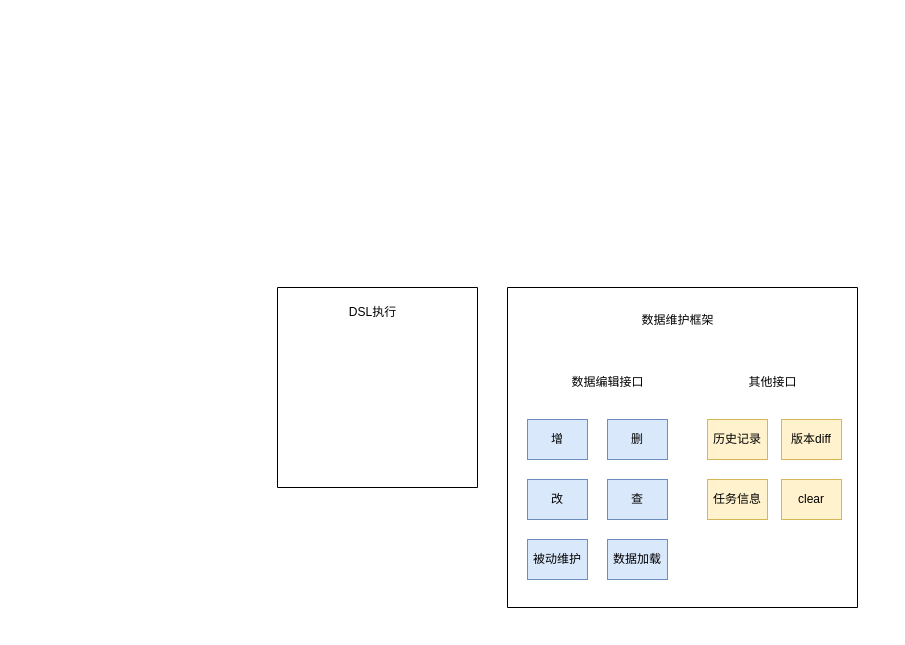
chaijinsong/draw.io keeps this draw.io diagram as kunyu-auto-server/前端自动化服务架构图.drawio. Above is the earlier version. Source tidied: cells renumbered, new cells numbered last; positions are measured from the earlier drawing's top-left corner, leaving out a move shared by most shapes. Both pictures are drawn from the tidied source at 100%, with x=0, y=0 at pixel (277, 287).
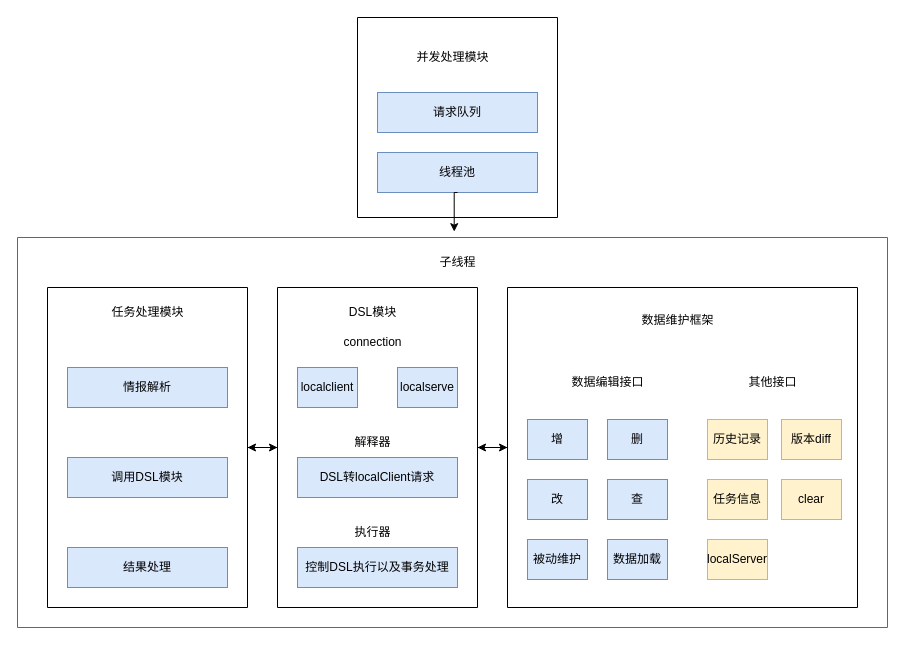
The same page after the edit.

Commit message (it also covers changes not shown here):
更新前端自动化服务架构图.drawio

The change refers to these unchanged cells:
```xml
<mxCell id="2" style="swimlane;startSize=0;" parent="1" vertex="1">
  <mxGeometry x="230" width="350" height="320" as="geometry" />
</mxCell>
```

What changed in the source:
```diff
@@
+    <mxCell id="18" style="swimlane;startSize=0;fillColor=#E6E6E6;strokeColor=#666666;fontColor=#333333;" parent="1" vertex="1">
+      <mxGeometry x="-260" y="-50" width="870" height="390" as="geometry" />
+    </mxCell>
+    <mxCell id="19" value="子线程" style="text;html=1;align=center;verticalAlign=middle;strokeColor=none;fillColor=none;" parent="18" vertex="1">
+      <mxGeometry x="410" y="10" width="60" height="30" as="geometry" />
+    </mxCell>
+    <mxCell id="20" style="edgeStyle=orthogonalEdgeStyle;rounded=0;jettySize=auto;html=1;exitX=0;exitY=0.5;exitDx=0;exitDy=0;entryX=1;entryY=0.5;entryDx=0;entryDy=0;" parent="1" edge="1" source="2" target="24">
+      <mxGeometry relative="1" as="geometry" />
+    </mxCell>
@@
-    <mxCell id="16" style="swimlane;startSize=0;" parent="1" vertex="1">
-      <mxGeometry width="200" height="200" as="geometry" />
-    </mxCell>
-    <mxCell id="17" value="DSL执行" style="text;html=1;align=center;verticalAlign=middle;strokeColor=none;fillColor=none;" parent="16" vertex="1">
-      <mxGeometry x="60" y="10" width="70" height="30" as="geometry" />
-    </mxCell>
+    <mxCell id="21" value="localServer" style="whiteSpace=wrap;html=1;fillColor=#fff2cc;strokeColor=#d6b656;" parent="2" vertex="1">
+      <mxGeometry x="200" y="252" width="60" height="40" as="geometry" />
+    </mxCell>
+    <mxCell id="22" style="edgeStyle=orthogonalEdgeStyle;rounded=0;jettySize=auto;html=1;exitX=1;exitY=0.5;exitDx=0;exitDy=0;entryX=0;entryY=0.5;entryDx=0;entryDy=0;" parent="1" edge="1" source="24" target="2">
+      <mxGeometry relative="1" as="geometry" />
+    </mxCell>
+    <mxCell id="23" style="edgeStyle=orthogonalEdgeStyle;rounded=0;jettySize=auto;html=1;entryX=1;entryY=0.5;entryDx=0;entryDy=0;" parent="1" edge="1" source="24" target="34">
+      <mxGeometry relative="1" as="geometry" />
+    </mxCell>
+    <mxCell id="24" style="swimlane;startSize=0;" parent="1" vertex="1">
+      <mxGeometry width="200" height="320" as="geometry" />
+    </mxCell>
+    <mxCell id="25" value="DSL模块" style="text;html=1;align=center;verticalAlign=middle;strokeColor=none;fillColor=none;" parent="24" vertex="1">
+      <mxGeometry x="60" y="10" width="70" height="30" as="geometry" />
+    </mxCell>
+    <mxCell id="26" value="localclient" style="whiteSpace=wrap;html=1;fillColor=#dae8fc;strokeColor=#6c8ebf;" parent="24" vertex="1">
+      <mxGeometry x="20" y="80" width="60" height="40" as="geometry" />
+    </mxCell>
+    <mxCell id="27" value="localserve" style="whiteSpace=wrap;html=1;fillColor=#dae8fc;strokeColor=#6c8ebf;" parent="24" vertex="1">
+      <mxGeometry x="120" y="80" width="60" height="40" as="geometry" />
+    </mxCell>
+    <mxCell id="28" value="connection" style="text;html=1;align=center;verticalAlign=middle;strokeColor=none;fillColor=none;" parent="24" vertex="1">
+      <mxGeometry x="55" y="40" width="80" height="30" as="geometry" />
+    </mxCell>
+    <mxCell id="29" value="解释器" style="text;html=1;align=center;verticalAlign=middle;strokeColor=none;fillColor=none;" parent="24" vertex="1">
+      <mxGeometry x="65" y="140" width="60" height="30" as="geometry" />
+    </mxCell>
+    <mxCell id="30" value="DSL转localClient请求" style="whiteSpace=wrap;html=1;fillColor=#dae8fc;strokeColor=#6c8ebf;" parent="24" vertex="1">
+      <mxGeometry x="20" y="170" width="160" height="40" as="geometry" />
+    </mxCell>
+    <mxCell id="31" value="执行器" style="text;html=1;align=center;verticalAlign=middle;strokeColor=none;fillColor=none;" parent="24" vertex="1">
+      <mxGeometry x="65" y="230" width="60" height="30" as="geometry" />
+    </mxCell>
+    <mxCell id="32" value="控制DSL执行以及事务处理" style="whiteSpace=wrap;html=1;fillColor=#dae8fc;strokeColor=#6c8ebf;" parent="24" vertex="1">
+      <mxGeometry x="20" y="260" width="160" height="40" as="geometry" />
+    </mxCell>
+    <mxCell id="33" style="edgeStyle=orthogonalEdgeStyle;rounded=0;jettySize=auto;html=1;entryX=0;entryY=0.5;entryDx=0;entryDy=0;" parent="1" edge="1" source="34" target="24">
+      <mxGeometry relative="1" as="geometry" />
+    </mxCell>
+    <mxCell id="34" style="swimlane;startSize=0;" parent="1" vertex="1">
+      <mxGeometry x="-230" width="200" height="320" as="geometry" />
+    </mxCell>
+    <mxCell id="35" value="任务处理模块" style="text;html=1;align=center;verticalAlign=middle;strokeColor=none;fillColor=none;" parent="34" vertex="1">
+      <mxGeometry x="50" y="10" width="100" height="30" as="geometry" />
+    </mxCell>
+    <mxCell id="36" value="结果处理" style="whiteSpace=wrap;html=1;fillColor=#dae8fc;strokeColor=#6c8ebf;" parent="34" vertex="1">
+      <mxGeometry x="20" y="260" width="160" height="40" as="geometry" />
+    </mxCell>
+    <mxCell id="37" value="调用DSL模块" style="whiteSpace=wrap;html=1;fillColor=#dae8fc;strokeColor=#6c8ebf;" parent="34" vertex="1">
+      <mxGeometry x="20" y="170" width="160" height="40" as="geometry" />
+    </mxCell>
+    <mxCell id="38" value="情报解析" style="whiteSpace=wrap;html=1;fillColor=#dae8fc;strokeColor=#6c8ebf;" parent="34" vertex="1">
+      <mxGeometry x="20" y="80" width="160" height="40" as="geometry" />
+    </mxCell>
+    <mxCell id="39" style="swimlane;startSize=0;" parent="1" vertex="1">
+      <mxGeometry x="80" y="-270" width="200" height="200" as="geometry" />
+    </mxCell>
+    <mxCell id="40" value="并发处理模块" style="text;html=1;align=center;verticalAlign=middle;strokeColor=none;fillColor=none;" parent="39" vertex="1">
+      <mxGeometry x="45" y="25" width="100" height="30" as="geometry" />
+    </mxCell>
+    <mxCell id="41" value="请求队列" style="whiteSpace=wrap;html=1;fillColor=#dae8fc;strokeColor=#6c8ebf;" parent="39" vertex="1">
+      <mxGeometry x="20" y="75" width="160" height="40" as="geometry" />
+    </mxCell>
+    <mxCell id="42" value="线程池" style="whiteSpace=wrap;html=1;fillColor=#dae8fc;strokeColor=#6c8ebf;" parent="39" vertex="1">
+      <mxGeometry x="20" y="135" width="160" height="40" as="geometry" />
+    </mxCell>
+    <mxCell id="43" style="edgeStyle=orthogonalEdgeStyle;rounded=0;jettySize=auto;html=1;exitX=0.5;exitY=1;exitDx=0;exitDy=0;entryX=0.502;entryY=-0.015;entryDx=0;entryDy=0;entryPerimeter=0;" parent="1" edge="1" source="42" target="18">
+      <mxGeometry relative="1" as="geometry" />
+    </mxCell>
```
